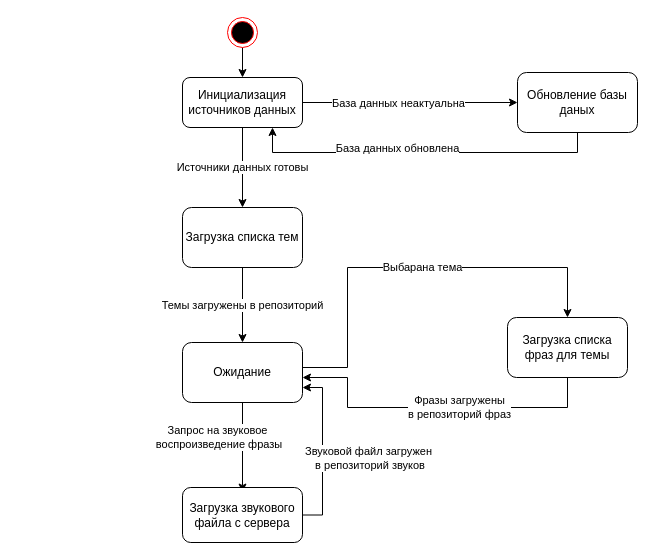
3036662/Phrasebook keeps this draw.io diagram as Диаграмма без названия.drawio. Above is the earlier version. Source tidied: cells renumbered, new cells numbered last; positions are measured from the earlier drawing's top-left corner, leaving out a move shared by most shapes. Both pictures are drawn from the tidied source at 100%, with x=0, y=0 at pixel (182, 17).
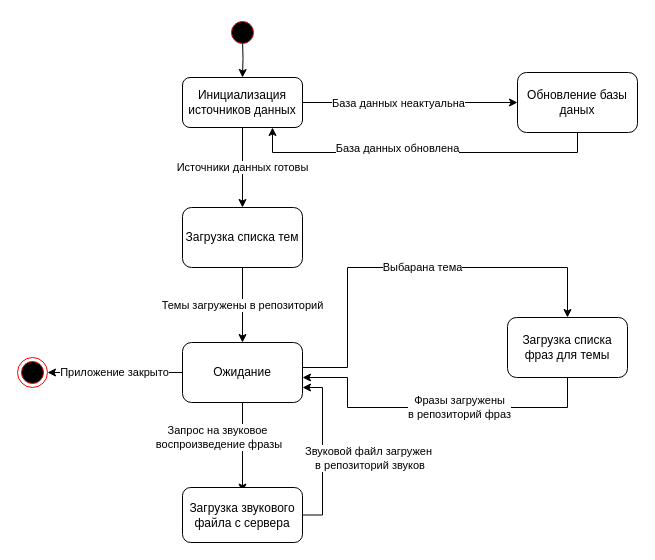
The same diagram, later.

Unchanged cells that the change refers to:
```xml
<mxCell id="6" value="Инициализация источников данных" style="rounded=1;whiteSpace=wrap;html=1;" parent="1" vertex="1">
  <mxGeometry y="60" width="120" height="50" as="geometry" />
</mxCell>
<mxCell id="17" value="Ожидание" style="rounded=1;whiteSpace=wrap;html=1;" parent="1" vertex="1">
  <mxGeometry y="325" width="120" height="60" as="geometry" />
</mxCell>
```

The edit, as a diff of the source:
```diff
@@
-    <mxCell id="2" style="edgeStyle=orthogonalEdgeStyle;rounded=0;jettySize=auto;html=1;" parent="1" edge="1" source="3" target="6">
-      <mxGeometry relative="1" as="geometry" />
+    <mxCell id="2" style="edgeStyle=orthogonalEdgeStyle;rounded=0;jettySize=auto;html=1;" parent="1" edge="1" target="6">
+      <mxGeometry relative="1" as="geometry">
+        <mxPoint x="60" y="20" as="sourcePoint" />
+      </mxGeometry>
     </mxCell>
-    <mxCell id="3" style="ellipse;html=1;shape=endState;fillColor=#000000;strokeColor=#ff0000;" parent="1" vertex="1">
-      <mxGeometry x="45" width="30" height="30" as="geometry" />
-    </mxCell>
@@
+    <mxCell id="21" value="Приложение закрыто" style="edgeStyle=orthogonalEdgeStyle;rounded=0;jettySize=auto;html=1;exitX=0;exitY=0.5;exitDx=0;exitDy=0;entryX=1;entryY=0.5;entryDx=0;entryDy=0;" parent="1" edge="1" source="17" target="22">
+      <mxGeometry relative="1" as="geometry">
+        <Array as="points">
+          <mxPoint x="-65" y="355" />
+          <mxPoint x="-65" y="355" />
+        </Array>
+      </mxGeometry>
+    </mxCell>
@@
+    <mxCell id="22" style="ellipse;html=1;shape=endState;fillColor=#000000;strokeColor=#ff0000;" parent="1" vertex="1">
+      <mxGeometry x="-165" y="340" width="30" height="30" as="geometry" />
+    </mxCell>
+    <mxCell id="23" style="ellipse;html=1;shape=startState;fillColor=#000000;strokeColor=#ff0000;" parent="1" vertex="1">
+      <mxGeometry x="45" width="30" height="30" as="geometry" />
+    </mxCell>
```
